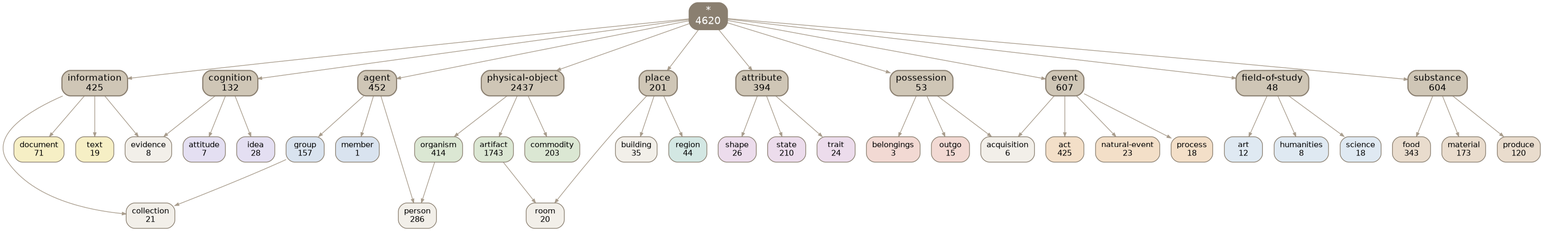
The Graphviz diagram docs/img/top.png in petfold/ontodag-core, before a commit. Its source is kept beside it as docs/img/top.dot.
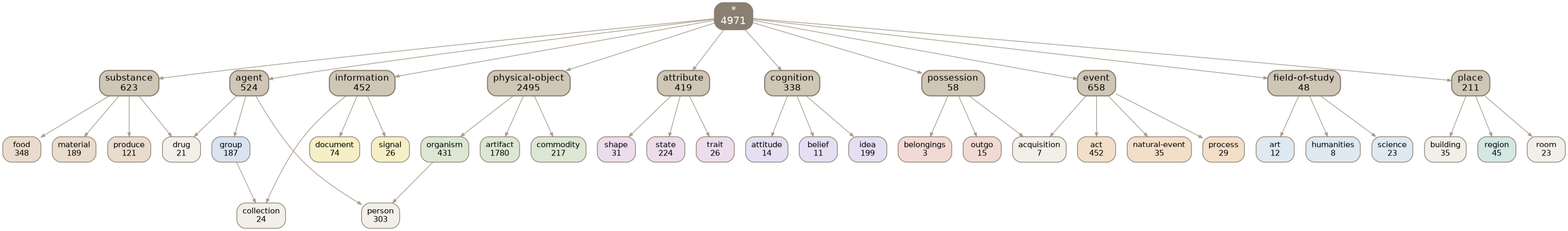
Later version of the same file.

What changed in the source:
```diff
@@ -2,7 +2,7 @@
   root="*"; rankdir=TB; ranksep=0.8; nodesep=0.22; splines=true; outputorder=edgesfirst;
   node [shape=box, style="rounded,filled", color="#8a7f70", fontname=Helvetica, fontsize=11];
   edge [color="#a89c8c", arrowsize=0.55];
-  "*" [label="*\n4620" fillcolor="#8a7f70" fontcolor="white" fontsize=14 penwidth=1.6];
+  "*" [label="*\n4971" fillcolor="#8a7f70" fontcolor="white" fontsize=14 penwidth=1.6];
   "*" -> "agent";
   "*" -> "attribute";
   "*" -> "cognition";
@@ -13,80 +13,79 @@
   "*" -> "place";
   "*" -> "possession";
   "*" -> "substance";
-  "acquisition" [label="acquisition\n6" fillcolor="#f2efe9"];
-  "act" [label="act\n425" fillcolor="#f3dfc8"];
-  "agent" [label="agent\n452" fillcolor="#cfc6b6" fontsize=13 penwidth=1.6];
+  "acquisition" [label="acquisition\n7" fillcolor="#f2efe9"];
+  "act" [label="act\n452" fillcolor="#f3dfc8"];
+  "agent" [label="agent\n524" fillcolor="#cfc6b6" fontsize=13 penwidth=1.6];
   "art" [label="art\n12" fillcolor="#dfe9f2"];
-  "artifact" [label="artifact\n1743" fillcolor="#dbe7d3"];
-  "attitude" [label="attitude\n7" fillcolor="#e4dff2"];
-  "attribute" [label="attribute\n394" fillcolor="#cfc6b6" fontsize=13 penwidth=1.6];
+  "artifact" [label="artifact\n1780" fillcolor="#dbe7d3"];
+  "attitude" [label="attitude\n14" fillcolor="#e4dff2"];
+  "attribute" [label="attribute\n419" fillcolor="#cfc6b6" fontsize=13 penwidth=1.6];
+  "belief" [label="belief\n11" fillcolor="#e4dff2"];
   "belongings" [label="belongings\n3" fillcolor="#f2d9d3"];
   "building" [label="building\n35" fillcolor="#f2efe9"];
-  "cognition" [label="cognition\n132" fillcolor="#cfc6b6" fontsize=13 penwidth=1.6];
-  "collection" [label="collection\n21" fillcolor="#f2efe9"];
-  "commodity" [label="commodity\n203" fillcolor="#dbe7d3"];
-  "document" [label="document\n71" fillcolor="#f6efc5"];
-  "event" [label="event\n607" fillcolor="#cfc6b6" fontsize=13 penwidth=1.6];
-  "evidence" [label="evidence\n8" fillcolor="#f2efe9"];
+  "cognition" [label="cognition\n338" fillcolor="#cfc6b6" fontsize=13 penwidth=1.6];
+  "collection" [label="collection\n24" fillcolor="#f2efe9"];
+  "commodity" [label="commodity\n217" fillcolor="#dbe7d3"];
+  "document" [label="document\n74" fillcolor="#f6efc5"];
+  "drug" [label="drug\n21" fillcolor="#f2efe9"];
+  "event" [label="event\n658" fillcolor="#cfc6b6" fontsize=13 penwidth=1.6];
   "field-of-study" [label="field-of-study\n48" fillcolor="#cfc6b6" fontsize=13 penwidth=1.6];
-  "food" [label="food\n343" fillcolor="#e9dccd"];
-  "group" [label="group\n157" fillcolor="#d9e3ef"];
+  "food" [label="food\n348" fillcolor="#e9dccd"];
+  "group" [label="group\n187" fillcolor="#d9e3ef"];
   "humanities" [label="humanities\n8" fillcolor="#dfe9f2"];
-  "idea" [label="idea\n28" fillcolor="#e4dff2"];
-  "information" [label="information\n425" fillcolor="#cfc6b6" fontsize=13 penwidth=1.6];
-  "material" [label="material\n173" fillcolor="#e9dccd"];
-  "member" [label="member\n1" fillcolor="#d9e3ef"];
-  "natural-event" [label="natural-event\n23" fillcolor="#f3dfc8"];
-  "organism" [label="organism\n414" fillcolor="#dbe7d3"];
+  "idea" [label="idea\n199" fillcolor="#e4dff2"];
+  "information" [label="information\n452" fillcolor="#cfc6b6" fontsize=13 penwidth=1.6];
+  "material" [label="material\n189" fillcolor="#e9dccd"];
+  "natural-event" [label="natural-event\n35" fillcolor="#f3dfc8"];
+  "organism" [label="organism\n431" fillcolor="#dbe7d3"];
   "outgo" [label="outgo\n15" fillcolor="#f2d9d3"];
-  "person" [label="person\n286" fillcolor="#f2efe9"];
-  "physical-object" [label="physical-object\n2437" fillcolor="#cfc6b6" fontsize=13 penwidth=1.6];
-  "place" [label="place\n201" fillcolor="#cfc6b6" fontsize=13 penwidth=1.6];
-  "possession" [label="possession\n53" fillcolor="#cfc6b6" fontsize=13 penwidth=1.6];
-  "process" [label="process\n18" fillcolor="#f3dfc8"];
-  "produce" [label="produce\n120" fillcolor="#e9dccd"];
-  "region" [label="region\n44" fillcolor="#d3e7e3"];
-  "room" [label="room\n20" fillcolor="#f2efe9"];
-  "science" [label="science\n18" fillcolor="#dfe9f2"];
-  "shape" [label="shape\n26" fillcolor="#ecdcec"];
-  "state" [label="state\n210" fillcolor="#ecdcec"];
-  "substance" [label="substance\n604" fillcolor="#cfc6b6" fontsize=13 penwidth=1.6];
-  "text" [label="text\n19" fillcolor="#f6efc5"];
-  "trait" [label="trait\n24" fillcolor="#ecdcec"];
+  "person" [label="person\n303" fillcolor="#f2efe9"];
+  "physical-object" [label="physical-object\n2495" fillcolor="#cfc6b6" fontsize=13 penwidth=1.6];
+  "place" [label="place\n211" fillcolor="#cfc6b6" fontsize=13 penwidth=1.6];
+  "possession" [label="possession\n58" fillcolor="#cfc6b6" fontsize=13 penwidth=1.6];
+  "process" [label="process\n29" fillcolor="#f3dfc8"];
+  "produce" [label="produce\n121" fillcolor="#e9dccd"];
+  "region" [label="region\n45" fillcolor="#d3e7e3"];
+  "room" [label="room\n23" fillcolor="#f2efe9"];
+  "science" [label="science\n23" fillcolor="#dfe9f2"];
+  "shape" [label="shape\n31" fillcolor="#ecdcec"];
+  "signal" [label="signal\n26" fillcolor="#f6efc5"];
+  "state" [label="state\n224" fillcolor="#ecdcec"];
+  "substance" [label="substance\n623" fillcolor="#cfc6b6" fontsize=13 penwidth=1.6];
+  "trait" [label="trait\n26" fillcolor="#ecdcec"];
   { rank=same; "agent" "attribute" "cognition" "event" "field-of-study" "information" "physical-object" "place" "possession" "substance" }
-  "cognition" -> "evidence";
-  "information" -> "evidence";
-  "attribute" -> "trait";
-  "substance" -> "material";
+  "information" -> "document";
   "attribute" -> "state";
-  "cognition" -> "idea";
-  "agent" -> "group";
-  "cognition" -> "attitude";
-  "substance" -> "produce";
+  "place" -> "region";
+  "possession" -> "outgo";
+  "agent" -> "person";
+  "organism" -> "person";
   "event" -> "acquisition";
   "possession" -> "acquisition";
+  "agent" -> "group";
+  "event" -> "natural-event";
+  "field-of-study" -> "art";
+  "event" -> "act";
+  "cognition" -> "idea";
+  "possession" -> "belongings";
+  "field-of-study" -> "science";
+  "information" -> "signal";
+  "agent" -> "drug";
+  "substance" -> "drug";
   "place" -> "building";
-  "attribute" -> "shape";
-  "event" -> "act";
+  "substance" -> "produce";
+  "physical-object" -> "organism";
+  "field-of-study" -> "humanities";
+  "event" -> "process";
   "group" -> "collection";
   "information" -> "collection";
+  "attribute" -> "shape";
+  "substance" -> "material";
+  "cognition" -> "attitude";
+  "cognition" -> "belief";
+  "substance" -> "food";
+  "physical-object" -> "commodity";
+  "attribute" -> "trait";
   "physical-object" -> "artifact";
-  "physical-object" -> "organism";
-  "possession" -> "outgo";
-  "information" -> "text";
-  "event" -> "process";
-  "field-of-study" -> "art";
-  "physical-object" -> "commodity";
-  "event" -> "natural-event";
-  "field-of-study" -> "science";
-  "agent" -> "person";
-  "organism" -> "person";
-  "agent" -> "member";
-  "information" -> "document";
-  "possession" -> "belongings";
-  "substance" -> "food";
-  "place" -> "region";
-  "field-of-study" -> "humanities";
-  "artifact" -> "room";
   "place" -> "room";
 }
```
